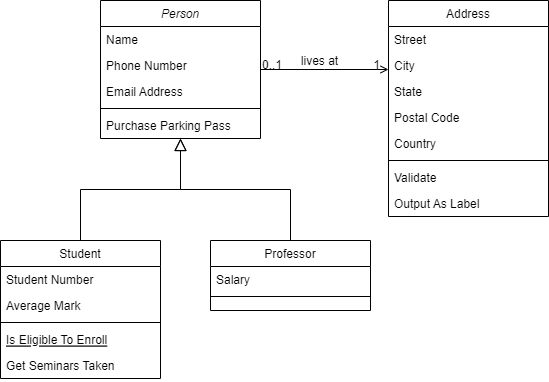
The draw.io diagram Untitled Diagram.drawio.png in 2003gichohiwaweru/softwaredevlab, before a commit. Source tidied: cells renumbered, new cells last; positions are measured from the earlier drawing's top-left corner, leaving out a move shared by most shapes.
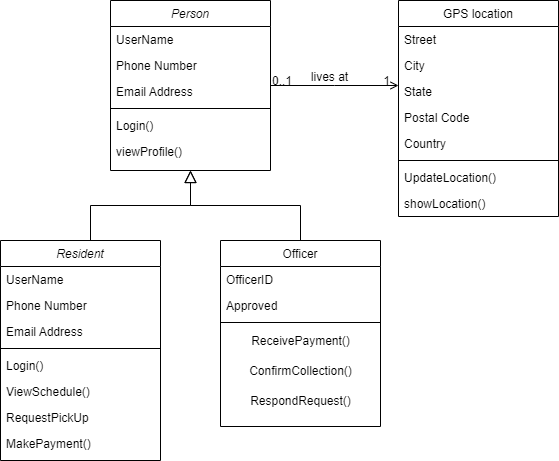
The same diagram one commit later.

Commit message:
Update Class Diagram

The edit, as a diff of the source:
```diff
@@ -3,9 +3,9 @@
     <mxCell id="0" />
     <mxCell id="1" parent="0" />
     <mxCell id="2" value="Person" style="swimlane;fontStyle=2;align=center;verticalAlign=top;horizontal=1;startSize=26;rounded=0;shadow=0;strokeWidth=1;" parent="1" vertex="1">
-      <mxGeometry x="100" width="160" height="138" as="geometry" />
+      <mxGeometry x="100" width="160" height="170" as="geometry" />
     </mxCell>
-    <mxCell id="3" value="Name" style="text;align=left;verticalAlign=top;spacingLeft=4;spacingRight=4;overflow=hidden;" parent="2" vertex="1">
+    <mxCell id="3" value="UserName" style="text;align=left;verticalAlign=top;spacingLeft=4;spacingRight=4;overflow=hidden;" parent="2" vertex="1">
       <mxGeometry y="26" width="160" height="26" as="geometry" />
     </mxCell>
     <mxCell id="4" value="Phone Number" style="text;align=left;verticalAlign=top;spacingLeft=4;spacingRight=4;overflow=hidden;rounded=0;shadow=0;html=0;" parent="2" vertex="1">
@@ -17,43 +17,42 @@
     <mxCell id="6" style="line;html=1;strokeWidth=1;align=left;verticalAlign=middle;spacingTop=-1;spacingLeft=3;spacingRight=3;labelPosition=right;" parent="2" vertex="1">
       <mxGeometry y="104" width="160" height="8" as="geometry" />
     </mxCell>
-    <mxCell id="7" value="Purchase Parking Pass" style="text;align=left;verticalAlign=top;spacingLeft=4;spacingRight=4;overflow=hidden;" parent="2" vertex="1">
+    <mxCell id="7" value="Login()" style="text;align=left;verticalAlign=top;spacingLeft=4;spacingRight=4;overflow=hidden;" parent="2" vertex="1">
       <mxGeometry y="112" width="160" height="26" as="geometry" />
     </mxCell>
-    <mxCell id="8" value="Student" style="swimlane;fontStyle=0;align=center;verticalAlign=top;horizontal=1;startSize=26;rounded=0;shadow=0;strokeWidth=1;" parent="1" vertex="1">
-      <mxGeometry y="240" width="160" height="138" as="geometry" />
-    </mxCell>
-    <mxCell id="9" value="Student Number" style="text;align=left;verticalAlign=top;spacingLeft=4;spacingRight=4;overflow=hidden;" parent="8" vertex="1">
-      <mxGeometry y="26" width="160" height="26" as="geometry" />
-    </mxCell>
-    <mxCell id="10" value="Average Mark" style="text;align=left;verticalAlign=top;spacingLeft=4;spacingRight=4;overflow=hidden;rounded=0;shadow=0;html=0;" parent="8" vertex="1">
-      <mxGeometry y="52" width="160" height="26" as="geometry" />
-    </mxCell>
-    <mxCell id="11" style="line;html=1;strokeWidth=1;align=left;verticalAlign=middle;spacingTop=-1;spacingLeft=3;spacingRight=3;labelPosition=right;" parent="8" vertex="1">
-      <mxGeometry y="78" width="160" height="8" as="geometry" />
-    </mxCell>
-    <mxCell id="12" value="Is Eligible To Enroll" style="text;align=left;verticalAlign=top;spacingLeft=4;spacingRight=4;overflow=hidden;fontStyle=4;" parent="8" vertex="1">
-      <mxGeometry y="86" width="160" height="26" as="geometry" />
-    </mxCell>
-    <mxCell id="13" value="Get Seminars Taken" style="text;align=left;verticalAlign=top;spacingLeft=4;spacingRight=4;overflow=hidden;" parent="8" vertex="1">
-      <mxGeometry y="112" width="160" height="26" as="geometry" />
-    </mxCell>
+    <mxCell id="32" value="viewProfile()" style="text;align=left;verticalAlign=top;spacingLeft=4;spacingRight=4;overflow=hidden;" parent="2" vertex="1">
+      <mxGeometry y="138" width="160" height="26" as="geometry" />
+    </mxCell>
-    <mxCell id="14" style="endArrow=block;endSize=10;endFill=0;shadow=0;strokeWidth=1;rounded=0;edgeStyle=elbowEdgeStyle;elbow=vertical;" parent="1" edge="1" source="8" target="2">
-      <mxGeometry relative="1" as="geometry" />
+    <mxCell id="14" style="endArrow=block;endSize=10;endFill=0;shadow=0;strokeWidth=1;rounded=0;edgeStyle=elbowEdgeStyle;elbow=vertical;" parent="1" edge="1" target="2">
+      <mxGeometry relative="1" as="geometry">
+        <mxPoint x="80" y="240" as="sourcePoint" />
+      </mxGeometry>
     </mxCell>
-    <mxCell id="15" value="Professor" style="swimlane;fontStyle=0;align=center;verticalAlign=top;horizontal=1;startSize=26;rounded=0;shadow=0;strokeWidth=1;" parent="1" vertex="1">
-      <mxGeometry x="210" y="240" width="160" height="70" as="geometry" />
+    <mxCell id="15" value="Officer" style="swimlane;fontStyle=0;align=center;verticalAlign=top;horizontal=1;startSize=26;rounded=0;shadow=0;strokeWidth=1;" parent="1" vertex="1">
+      <mxGeometry x="210" y="240" width="160" height="186" as="geometry" />
     </mxCell>
-    <mxCell id="16" value="Salary" style="text;align=left;verticalAlign=top;spacingLeft=4;spacingRight=4;overflow=hidden;" parent="15" vertex="1">
+    <mxCell id="16" value="OfficerID" style="text;align=left;verticalAlign=top;spacingLeft=4;spacingRight=4;overflow=hidden;" parent="15" vertex="1">
       <mxGeometry y="26" width="160" height="26" as="geometry" />
     </mxCell>
+    <mxCell id="33" value="Approved" style="text;align=left;verticalAlign=top;spacingLeft=4;spacingRight=4;overflow=hidden;" parent="15" vertex="1">
+      <mxGeometry y="52" width="160" height="26" as="geometry" />
+    </mxCell>
     <mxCell id="17" style="line;html=1;strokeWidth=1;align=left;verticalAlign=middle;spacingTop=-1;spacingLeft=3;spacingRight=3;labelPosition=right;" parent="15" vertex="1">
-      <mxGeometry y="52" width="160" height="8" as="geometry" />
+      <mxGeometry y="78" width="160" height="8" as="geometry" />
     </mxCell>
+    <mxCell id="34" value="ReceivePayment()" style="text;html=1;align=center;verticalAlign=middle;strokeColor=none;fillColor=none;" parent="15" vertex="1">
+      <mxGeometry y="86" width="160" height="30" as="geometry" />
+    </mxCell>
+    <mxCell id="35" value="ConfirmCollection()" style="text;html=1;align=center;verticalAlign=middle;strokeColor=none;fillColor=none;" parent="15" vertex="1">
+      <mxGeometry y="116" width="160" height="30" as="geometry" />
+    </mxCell>
+    <mxCell id="36" value="RespondRequest()" style="text;html=1;align=center;verticalAlign=middle;strokeColor=none;fillColor=none;" parent="15" vertex="1">
+      <mxGeometry y="146" width="160" height="30" as="geometry" />
+    </mxCell>
     <mxCell id="18" style="endArrow=block;endSize=10;endFill=0;shadow=0;strokeWidth=1;rounded=0;edgeStyle=elbowEdgeStyle;elbow=vertical;" parent="1" edge="1" source="15" target="2">
       <mxGeometry relative="1" as="geometry" />
     </mxCell>
-    <mxCell id="19" value="Address" style="swimlane;fontStyle=0;align=center;verticalAlign=top;horizontal=1;startSize=26;rounded=0;shadow=0;strokeWidth=1;" parent="1" vertex="1">
+    <mxCell id="19" value="GPS location" style="swimlane;fontStyle=0;align=center;verticalAlign=top;horizontal=1;startSize=26;rounded=0;shadow=0;strokeWidth=1;" parent="1" vertex="1">
       <mxGeometry x="388" width="160" height="216" as="geometry" />
     </mxCell>
     <mxCell id="20" value="Street" style="text;align=left;verticalAlign=top;spacingLeft=4;spacingRight=4;overflow=hidden;" parent="19" vertex="1">
@@ -74,12 +73,12 @@
     <mxCell id="25" style="line;html=1;strokeWidth=1;align=left;verticalAlign=middle;spacingTop=-1;spacingLeft=3;spacingRight=3;labelPosition=right;" parent="19" vertex="1">
       <mxGeometry y="156" width="160" height="8" as="geometry" />
     </mxCell>
-    <mxCell id="26" value="Validate" style="text;align=left;verticalAlign=top;spacingLeft=4;spacingRight=4;overflow=hidden;" parent="19" vertex="1">
-      <mxGeometry y="164" width="160" height="26" as="geometry" />
-    </mxCell>
-    <mxCell id="27" value="Output As Label" style="text;align=left;verticalAlign=top;spacingLeft=4;spacingRight=4;overflow=hidden;" parent="19" vertex="1">
-      <mxGeometry y="190" width="160" height="26" as="geometry" />
+    <mxCell id="27" value="UpdateLocation()" style="text;align=left;verticalAlign=top;spacingLeft=4;spacingRight=4;overflow=hidden;" parent="19" vertex="1">
+      <mxGeometry y="164" width="160" height="26" as="geometry" />
     </mxCell>
+    <mxCell id="37" value="showLocation()" style="text;align=left;verticalAlign=top;spacingLeft=4;spacingRight=4;overflow=hidden;" parent="19" vertex="1">
+      <mxGeometry y="190" width="160" height="26" as="geometry" />
+    </mxCell>
     <mxCell id="28" style="endArrow=open;shadow=0;strokeWidth=1;rounded=0;endFill=1;edgeStyle=elbowEdgeStyle;elbow=vertical;" parent="1" edge="1" source="2" target="19">
       <mxGeometry x="0.5" y="41" relative="1" as="geometry">
         <mxPoint x="-40" y="32" as="offset" />
@@ -100,5 +99,32 @@
         <mxPoint x="-38" y="40" as="offset" />
       </mxGeometry>
     </mxCell>
+    <mxCell id="38" value="Resident" style="swimlane;fontStyle=2;align=center;verticalAlign=top;horizontal=1;startSize=26;rounded=0;shadow=0;strokeWidth=1;" parent="1" vertex="1">
+      <mxGeometry x="-10" y="240" width="160" height="220" as="geometry" />
+    </mxCell>
+    <mxCell id="39" value="UserName" style="text;align=left;verticalAlign=top;spacingLeft=4;spacingRight=4;overflow=hidden;" parent="38" vertex="1">
+      <mxGeometry y="26" width="160" height="26" as="geometry" />
+    </mxCell>
+    <mxCell id="40" value="Phone Number" style="text;align=left;verticalAlign=top;spacingLeft=4;spacingRight=4;overflow=hidden;rounded=0;shadow=0;html=0;" parent="38" vertex="1">
+      <mxGeometry y="52" width="160" height="26" as="geometry" />
+    </mxCell>
+    <mxCell id="41" value="Email Address" style="text;align=left;verticalAlign=top;spacingLeft=4;spacingRight=4;overflow=hidden;rounded=0;shadow=0;html=0;" parent="38" vertex="1">
+      <mxGeometry y="78" width="160" height="26" as="geometry" />
+    </mxCell>
+    <mxCell id="42" style="line;html=1;strokeWidth=1;align=left;verticalAlign=middle;spacingTop=-1;spacingLeft=3;spacingRight=3;labelPosition=right;" parent="38" vertex="1">
+      <mxGeometry y="104" width="160" height="8" as="geometry" />
+    </mxCell>
+    <mxCell id="43" value="Login()" style="text;align=left;verticalAlign=top;spacingLeft=4;spacingRight=4;overflow=hidden;" parent="38" vertex="1">
+      <mxGeometry y="112" width="160" height="26" as="geometry" />
+    </mxCell>
+    <mxCell id="44" value="ViewSchedule()&#10;" style="text;align=left;verticalAlign=top;spacingLeft=4;spacingRight=4;overflow=hidden;" parent="38" vertex="1">
+      <mxGeometry y="138" width="160" height="26" as="geometry" />
+    </mxCell>
+    <mxCell id="45" value="RequestPickUp" style="text;align=left;verticalAlign=top;spacingLeft=4;spacingRight=4;overflow=hidden;" parent="38" vertex="1">
+      <mxGeometry y="164" width="160" height="26" as="geometry" />
+    </mxCell>
+    <mxCell id="46" value="MakePayment()" style="text;align=left;verticalAlign=top;spacingLeft=4;spacingRight=4;overflow=hidden;" parent="38" vertex="1">
+      <mxGeometry y="190" width="160" height="26" as="geometry" />
+    </mxCell>
   </root>
 </mxGraphModel>
```
